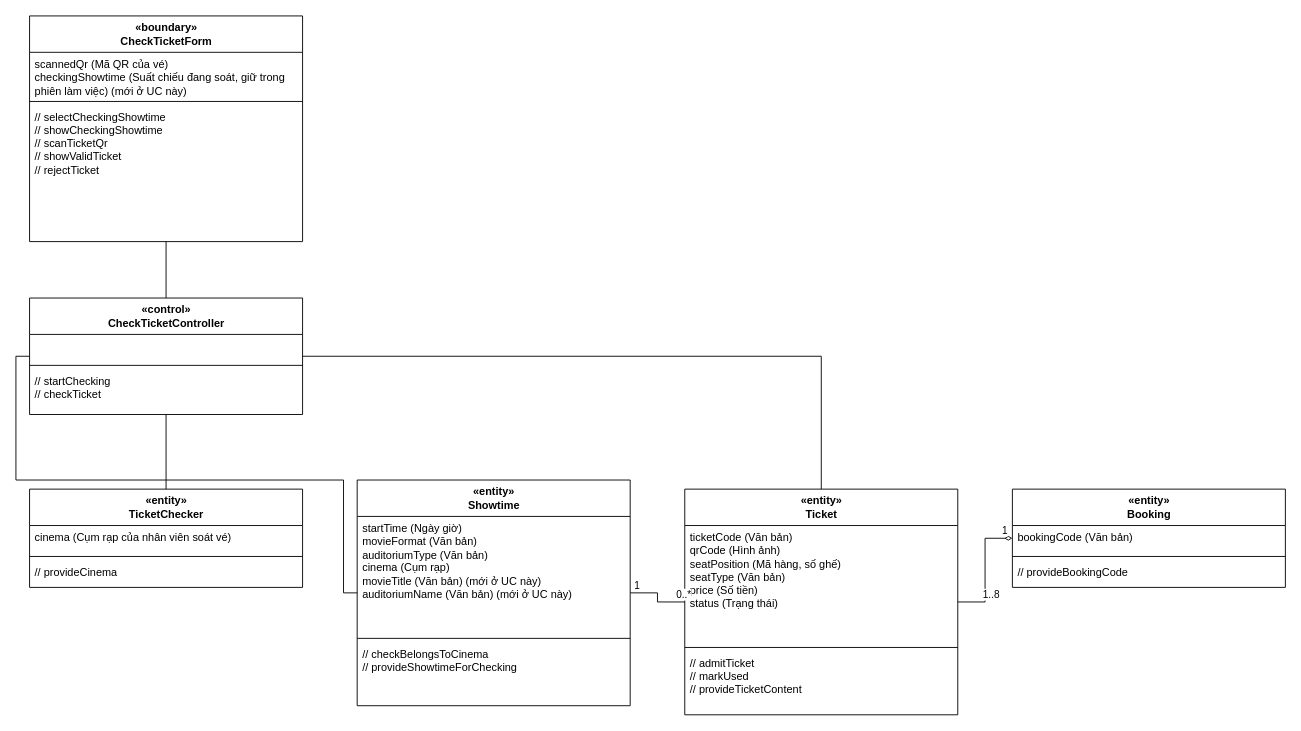
Before: design/diagrams/P07-class-UC-009.drawio in luytbq/app-dat-ve-xem-phim, a draw.io diagram. Source tidied: cells renumbered, new cells numbered last; positions are measured from the earlier drawing's top-left corner, leaving out a move shared by most shapes. Both pictures are drawn from the tidied source at 91%, with x=0, y=0 at pixel (15, 15).
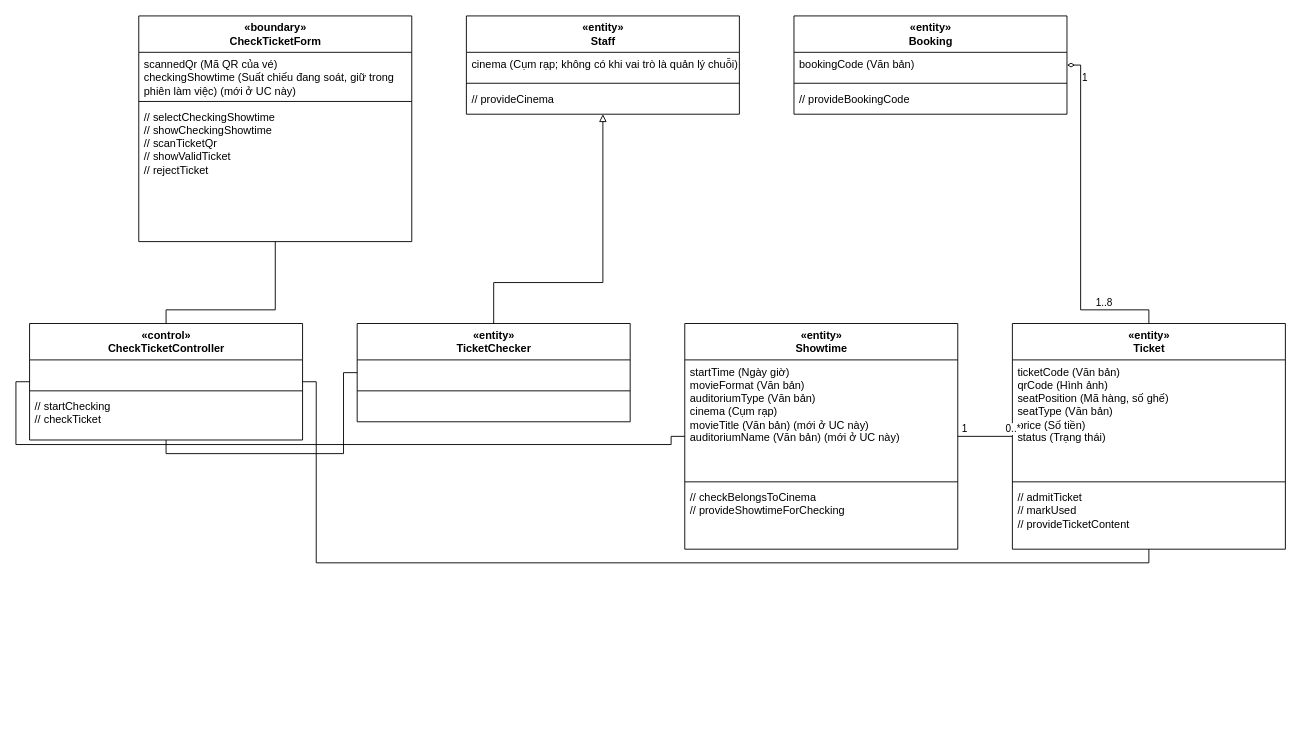
The same diagram, later.

What changed in the source:
```diff
@@
     <mxCell id="2" value="«boundary»&lt;br&gt;CheckTicketForm" style="swimlane;fontStyle=1;align=center;horizontal=1;startSize=40;html=1;" parent="1" vertex="1">
-      <mxGeometry x="15" width="300" height="248" as="geometry" />
+      <mxGeometry x="135" width="300" height="248" as="geometry" />
     </mxCell>
@@
     <mxCell id="6" value="«control»&lt;br&gt;CheckTicketController" style="swimlane;fontStyle=1;align=center;horizontal=1;startSize=40;html=1;" parent="1" vertex="1">
-      <mxGeometry x="15" y="310" width="300" height="128" as="geometry" />
+      <mxGeometry x="15" y="338" width="300" height="128" as="geometry" />
     </mxCell>
@@
     <mxCell id="10" value="«entity»&lt;br&gt;TicketChecker" style="swimlane;fontStyle=1;align=center;horizontal=1;startSize=40;html=1;" parent="1" vertex="1">
-      <mxGeometry x="15" y="520" width="300" height="108" as="geometry" />
+      <mxGeometry x="375" y="338" width="300" height="108" as="geometry" />
     </mxCell>
-    <mxCell id="11" value="cinema (Cụm rạp của nhân viên soát vé)" style="text;strokeColor=none;fillColor=none;align=left;verticalAlign=top;spacingLeft=4;html=1;whiteSpace=wrap;" parent="10" vertex="1">
+    <mxCell id="11" value=" " style="text;strokeColor=none;fillColor=none;align=left;verticalAlign=top;spacingLeft=4;html=1;whiteSpace=wrap;" parent="10" vertex="1">
       <mxGeometry y="40" width="300" height="30" as="geometry" />
     </mxCell>
@@
-    <mxCell id="13" value="// provideCinema" style="text;strokeColor=none;fillColor=none;align=left;verticalAlign=top;spacingLeft=4;html=1;whiteSpace=wrap;" parent="10" vertex="1">
+    <mxCell id="13" value=" " style="text;strokeColor=none;fillColor=none;align=left;verticalAlign=top;spacingLeft=4;html=1;whiteSpace=wrap;" parent="10" vertex="1">
       <mxGeometry y="78" width="300" height="30" as="geometry" />
     </mxCell>
     <mxCell id="14" value="«entity»&lt;br&gt;Showtime" style="swimlane;fontStyle=1;align=center;horizontal=1;startSize=40;html=1;" parent="1" vertex="1">
-      <mxGeometry x="375" y="510" width="300" height="248" as="geometry" />
+      <mxGeometry x="735" y="338" width="300" height="248" as="geometry" />
     </mxCell>
@@
     <mxCell id="18" value="«entity»&lt;br&gt;Ticket" style="swimlane;fontStyle=1;align=center;horizontal=1;startSize=40;html=1;" parent="1" vertex="1">
-      <mxGeometry x="735" y="520" width="300" height="248" as="geometry" />
+      <mxGeometry x="1095" y="338" width="300" height="248" as="geometry" />
     </mxCell>
@@
     <mxCell id="22" value="«entity»&lt;br&gt;Booking" style="swimlane;fontStyle=1;align=center;horizontal=1;startSize=40;html=1;" parent="1" vertex="1">
-      <mxGeometry x="1095" y="520" width="300" height="108" as="geometry" />
+      <mxGeometry x="855" width="300" height="108" as="geometry" />
     </mxCell>
@@
-    <mxCell id="26" style="edgeStyle=orthogonalEdgeStyle;rounded=0;html=1;endArrow=none;" parent="1" edge="1" source="2" target="6">
-      <mxGeometry relative="1" as="geometry" />
+    <mxCell id="26" style="edgeStyle=orthogonalEdgeStyle;rounded=0;html=1;endArrow=none;exitX=0.5;exitY=1;exitDx=0;exitDy=0;entryX=0.5;entryY=0;entryDx=0;entryDy=0;" parent="1" edge="1" source="2" target="6">
+      <mxGeometry relative="1" as="geometry">
+        <Array as="points">
+          <mxPoint x="285" y="323" />
+          <mxPoint x="165" y="323" />
+        </Array>
+      </mxGeometry>
     </mxCell>
-    <mxCell id="27" style="edgeStyle=orthogonalEdgeStyle;rounded=0;html=1;endArrow=none;" parent="1" edge="1" source="6" target="10">
-      <mxGeometry relative="1" as="geometry" />
+    <mxCell id="27" style="edgeStyle=orthogonalEdgeStyle;rounded=0;html=1;endArrow=none;exitX=0.5;exitY=1;exitDx=0;exitDy=0;entryX=0;entryY=0.5;entryDx=0;entryDy=0;" parent="1" edge="1" source="6" target="10">
+      <mxGeometry relative="1" as="geometry">
+        <Array as="points">
+          <mxPoint x="165" y="481" />
+          <mxPoint x="360" y="481" />
+          <mxPoint x="360" y="392" />
+        </Array>
+      </mxGeometry>
     </mxCell>
     <mxCell id="28" style="edgeStyle=orthogonalEdgeStyle;rounded=0;html=1;endArrow=none;exitX=0;exitY=0.5;exitDx=0;exitDy=0;entryX=0;entryY=0.5;entryDx=0;entryDy=0;" parent="1" edge="1" source="6" target="14">
       <mxGeometry relative="1" as="geometry">
         <Array as="points">
-          <mxPoint y="374" />
-          <mxPoint y="510" />
-          <mxPoint x="360" y="510" />
-          <mxPoint x="360" y="634" />
+          <mxPoint y="402" />
+          <mxPoint y="471" />
+          <mxPoint x="720" y="471" />
+          <mxPoint x="720" y="462" />
         </Array>
       </mxGeometry>
     </mxCell>
-    <mxCell id="29" style="edgeStyle=orthogonalEdgeStyle;rounded=0;html=1;endArrow=none;exitX=1;exitY=0.5;exitDx=0;exitDy=0;entryX=0.5;entryY=0;entryDx=0;entryDy=0;" parent="1" edge="1" source="6" target="18">
+    <mxCell id="29" style="edgeStyle=orthogonalEdgeStyle;rounded=0;html=1;endArrow=none;exitX=1;exitY=0.5;exitDx=0;exitDy=0;entryX=0.5;entryY=1;entryDx=0;entryDy=0;" parent="1" edge="1" source="6" target="18">
       <mxGeometry relative="1" as="geometry">
         <Array as="points">
-          <mxPoint x="885" y="374" />
+          <mxPoint x="330" y="402" />
+          <mxPoint x="330" y="601" />
+          <mxPoint x="1245" y="601" />
         </Array>
       </mxGeometry>
     </mxCell>
-    <mxCell id="30" style="edgeStyle=orthogonalEdgeStyle;rounded=0;html=1;endArrow=none;" parent="1" edge="1" source="18" target="14">
+    <mxCell id="30" style="edgeStyle=orthogonalEdgeStyle;rounded=0;html=1;endArrow=none;exitX=0;exitY=0.5;exitDx=0;exitDy=0;entryX=1;entryY=0.5;entryDx=0;entryDy=0;" parent="1" edge="1" source="18" target="14">
       <mxGeometry relative="1" as="geometry" />
     </mxCell>
@@
-    <mxCell id="33" style="edgeStyle=orthogonalEdgeStyle;rounded=0;html=1;endArrow=none;startArrow=diamondThin;startFill=0;" parent="1" edge="1" source="22" target="18">
-      <mxGeometry relative="1" as="geometry" />
+    <mxCell id="33" style="edgeStyle=orthogonalEdgeStyle;rounded=0;html=1;endArrow=none;startArrow=diamondThin;startFill=0;exitX=1;exitY=0.5;exitDx=0;exitDy=0;entryX=0.5;entryY=0;entryDx=0;entryDy=0;" parent="1" edge="1" source="22" target="18">
+      <mxGeometry relative="1" as="geometry">
+        <Array as="points">
+          <mxPoint x="1170" y="54" />
+          <mxPoint x="1170" y="323" />
+          <mxPoint x="1245" y="323" />
+        </Array>
+      </mxGeometry>
     </mxCell>
@@
+    <mxCell id="36" value="«entity»&lt;br&gt;Staff" style="swimlane;fontStyle=1;align=center;horizontal=1;startSize=40;html=1;" parent="1" vertex="1">
+      <mxGeometry x="495" width="300" height="108" as="geometry" />
+    </mxCell>
+    <mxCell id="37" value="cinema (Cụm rạp; không có khi vai trò là quản lý chuỗi)" style="text;strokeColor=none;fillColor=none;align=left;verticalAlign=top;spacingLeft=4;html=1;whiteSpace=wrap;" parent="36" vertex="1">
+      <mxGeometry y="40" width="300" height="30" as="geometry" />
+    </mxCell>
+    <mxCell id="38" style="line;strokeWidth=1;fillColor=none;align=left;verticalAlign=middle;spacingTop=-1;spacingLeft=3;spacingRight=3;labelPosition=right;" parent="36" vertex="1">
+      <mxGeometry y="70" width="300" height="8" as="geometry" />
+    </mxCell>
+    <mxCell id="39" value="// provideCinema" style="text;strokeColor=none;fillColor=none;align=left;verticalAlign=top;spacingLeft=4;html=1;whiteSpace=wrap;" parent="36" vertex="1">
+      <mxGeometry y="78" width="300" height="30" as="geometry" />
+    </mxCell>
+    <mxCell id="40" style="edgeStyle=orthogonalEdgeStyle;rounded=0;html=1;endArrow=block;endFill=0;exitX=0.5;exitY=0;exitDx=0;exitDy=0;entryX=0.5;entryY=1;entryDx=0;entryDy=0;" parent="1" edge="1" source="10" target="36">
+      <mxGeometry relative="1" as="geometry">
+        <Array as="points">
+          <mxPoint x="525" y="293" />
+          <mxPoint x="645" y="293" />
+        </Array>
+      </mxGeometry>
+    </mxCell>
```
